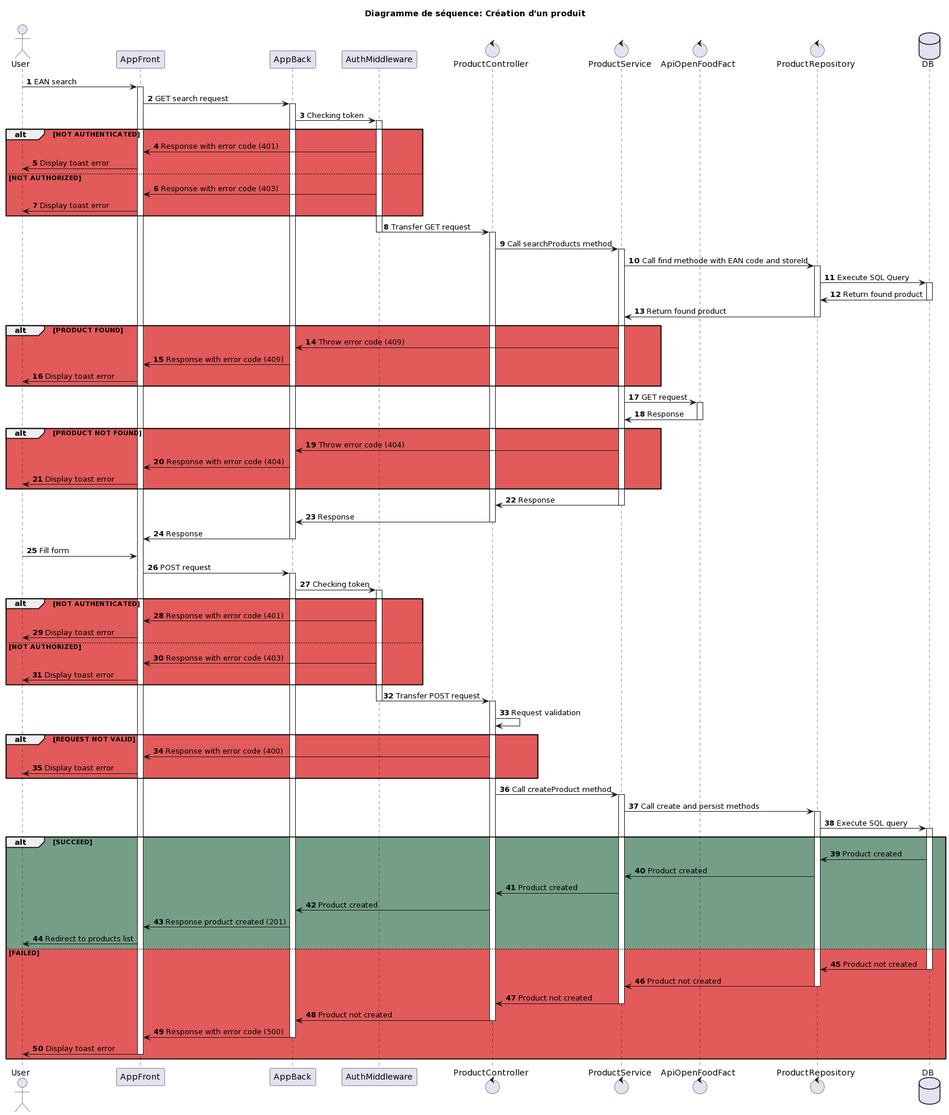
This is docs/png/diagram-sequence-create-product.png from lequanos/projet-09-gestion-de-magasin-back, a PlantUML export, as it was before one commit.
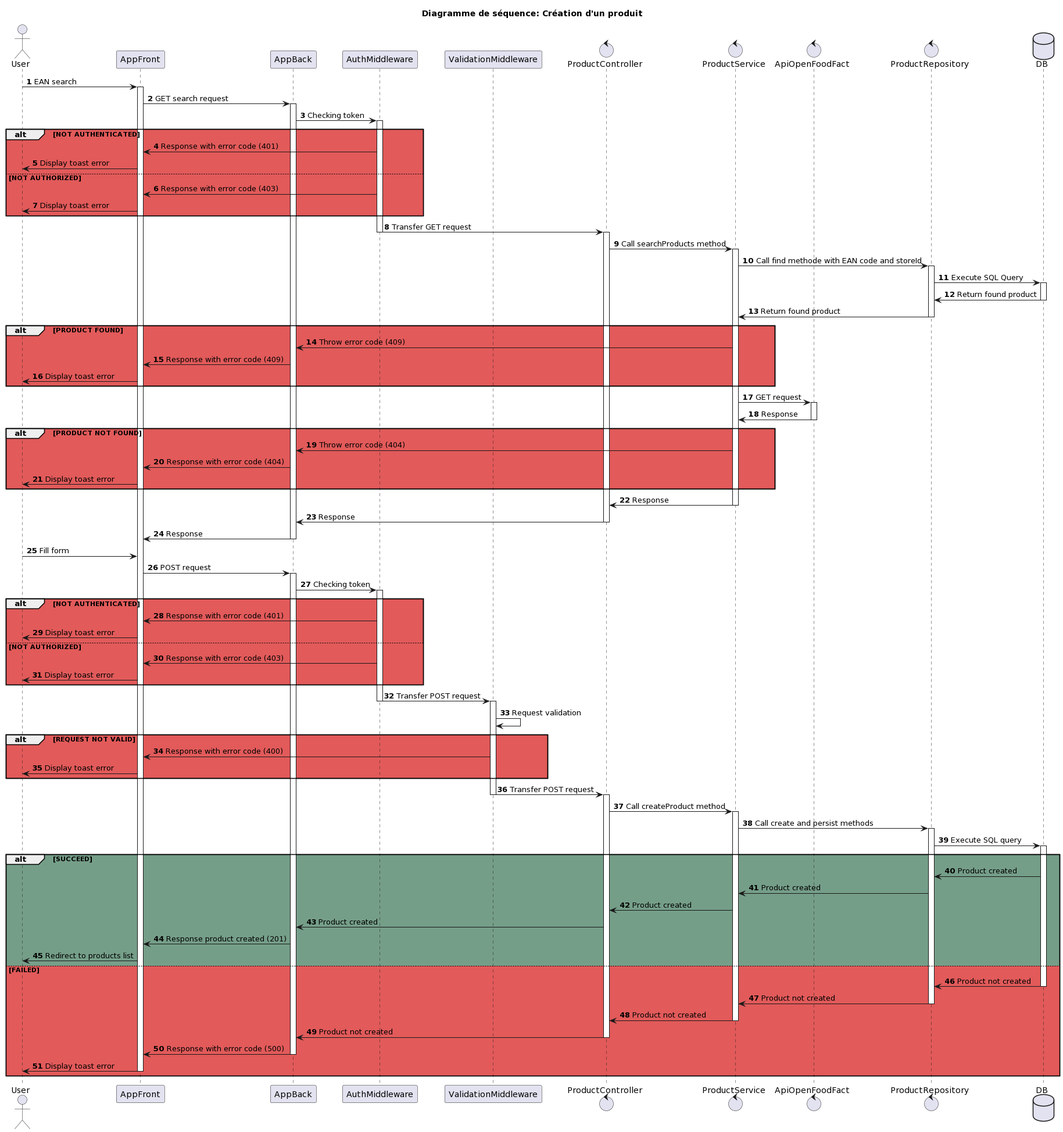
After the change.

Commit message:
remove department manager no update product

Diff of the diagram source:
```diff
@@ -3,6 +3,7 @@
 participant AppFront as app
 participant AppBack as appBack
 participant AuthMiddleware as auth
+participant ValidationMiddleware as valid
 control     ProductController    as ctr
 control     ProductService    as srv
 control     ApiOpenFoodFact    as apifood
@@ -96,17 +97,21 @@
 
 end
 
-auth -> ctr : Transfer POST request
+auth -> valid : Transfer POST request
 deactivate auth
-activate ctr
-ctr -> ctr : Request validation
+activate valid
+valid -> valid : Request validation
 
 alt #E25A5A REQUEST NOT VALID
 
-  ctr -> app : Response with error code (400)
+  valid -> app : Response with error code (400)
   app -> user : Display toast error
 
 end
+valid -> ctr : Transfer POST request
+deactivate valid
+activate ctr
+
 
 ctr -> srv : Call createProduct method
 activate srv
```
